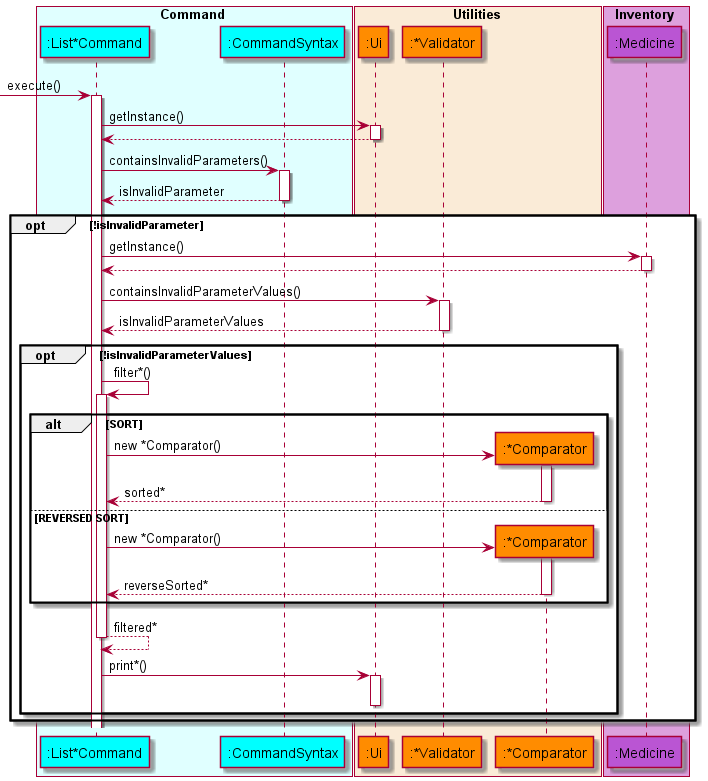
Earlier version of the PlantUML export docs/diagrams/diagram_images/ListSequenceDiagram.png (nus-cs2113-AY2122S1/tp).
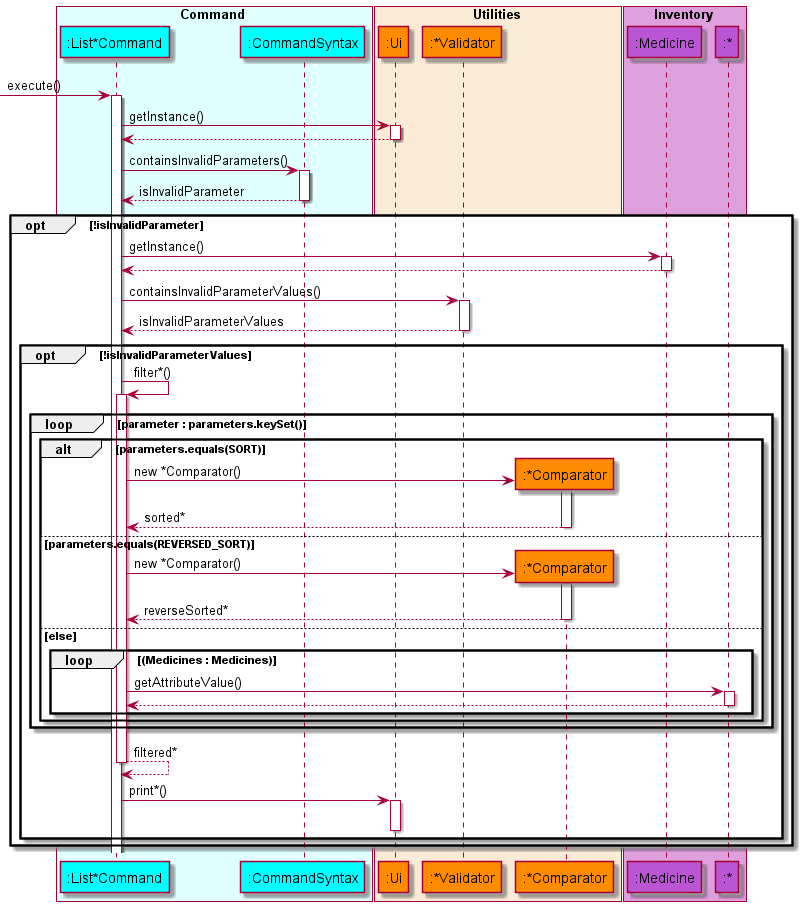
Above is the later version.

Commit message:
Update sequence diagram for list command

What changed in the source:
```diff
@@ -15,6 +15,7 @@
 
 box Inventory COLOR_INVENTORY_BOX
     participant ":Medicine" as medicine COLOR_INVENTORY
+    participant ":*" as object COLOR_INVENTORY
 end box
 
 autoactivate on
@@ -34,17 +35,29 @@
     opt !isInvalidParameterValues
         list -> list : filter*()
 
-        alt SORT
-            create comparator
-            list -> comparator : new *Comparator()
-            list <-- comparator : sorted*
-            deactivate comparator
-        else REVERSED SORT
-            create comparator
-            list -> comparator : new *Comparator()
-            list <-- comparator : reverseSorted*
-            deactivate comparator
+        loop parameter : parameters.keySet()
+
+            alt parameters.equals(SORT)
+                create comparator
+                list -> comparator : new *Comparator()
+                list <-- comparator : sorted*
+                deactivate comparator
+            else parameters.equals(REVERSED_SORT)
+                create comparator
+                list -> comparator : new *Comparator()
+                list <-- comparator : reverseSorted*
+                deactivate comparator
+            else else
+                loop (Medicines : Medicines)
+                    list -> object : getAttributeValue()
+                    list <-- object
+                end
+
+            end
+
         end
+
+
         list --> list : filtered*
 
         list -> ui : print*()
```
